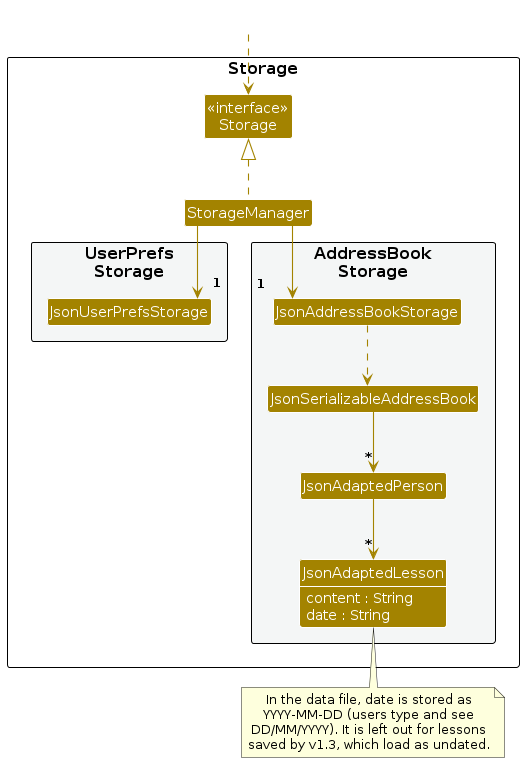
AY2627S1-CS2103T-T11-1/tp keeps this PlantUML diagram as diagrams/StorageClassDiagram.png. Above is the earlier version. Its source is kept beside it as diagrams/StorageClassDiagram.puml.
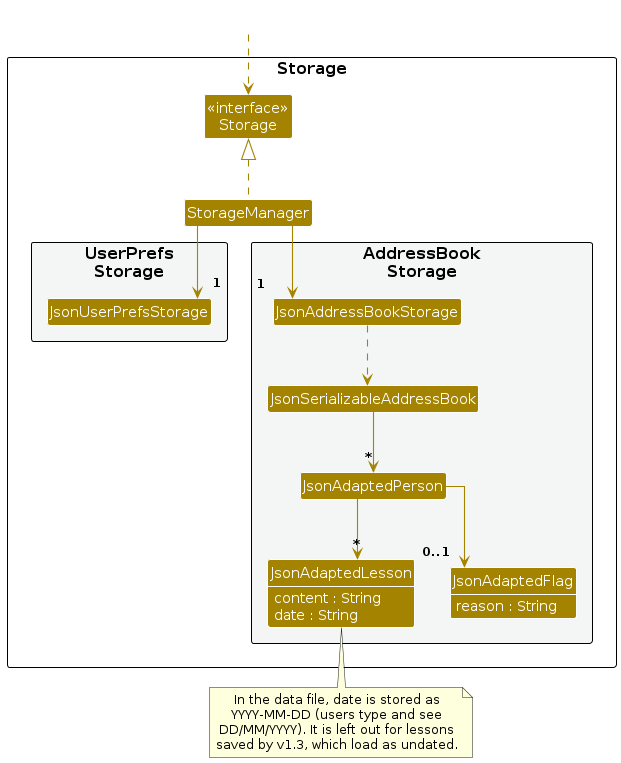
After the commit.

Change to the diagram source:
```diff
@@ -23,11 +23,15 @@
   content : String
   date : String
 }
+Class JsonAdaptedFlag {
+  reason : String
+}
 }
 
 }
 
 show JsonAdaptedLesson fields
+show JsonAdaptedFlag fields
 
 note bottom of JsonAdaptedLesson
   In the data file, date is stored as
@@ -46,5 +50,6 @@
 JsonAddressBookStorage ..> JsonSerializableAddressBook
 JsonSerializableAddressBook --> "*" JsonAdaptedPerson
 JsonAdaptedPerson --> "*" JsonAdaptedLesson
+JsonAdaptedPerson --> "0..1" JsonAdaptedFlag
 
 @enduml
```
